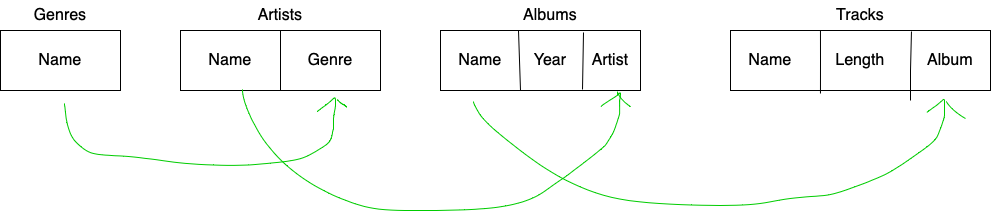
antonkorch/homework-files keeps this draw.io diagram as Diagram.drawio.png. Above is the earlier version. Source tidied: cells renumbered, new cells last; positions are measured from the earlier drawing's top-left corner, leaving out a move shared by most shapes.
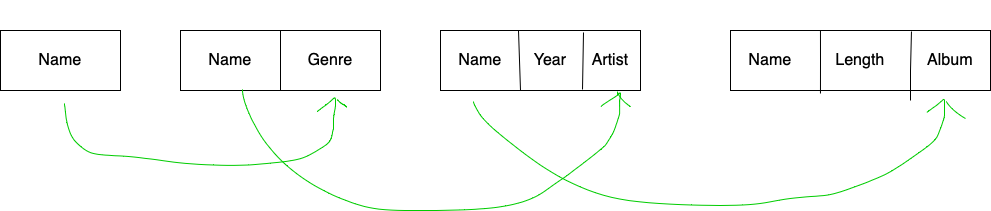
After the commit.

What changed in the source:
```diff
@@ -8,7 +8,7 @@
     <mxCell id="3" value="Name" style="text;html=1;strokeColor=none;fillColor=none;align=center;verticalAlign=middle;whiteSpace=wrap;rounded=0;fontSize=16;" parent="1" vertex="1">
       <mxGeometry x="10" y="40" width="100" height="40" as="geometry" />
     </mxCell>
-    <mxCell id="4" value="Genres" style="text;html=1;strokeColor=none;fillColor=none;align=center;verticalAlign=middle;whiteSpace=wrap;rounded=0;fontSize=16;" parent="1" vertex="1">
+    <mxCell id="4" value="Genres" style="text;html=1;align=center;verticalAlign=middle;whiteSpace=wrap;rounded=0;fontSize=16;fontColor=#FFFFFF;" parent="1" vertex="1">
       <mxGeometry x="30" width="60" height="30" as="geometry" />
     </mxCell>
     <mxCell id="5" style="rounded=0;whiteSpace=wrap;html=1;" parent="1" vertex="1">
@@ -23,7 +23,7 @@
     <mxCell id="8" value="Genre" style="text;html=1;strokeColor=none;fillColor=none;align=center;verticalAlign=middle;whiteSpace=wrap;rounded=0;fontSize=16;" parent="1" vertex="1">
       <mxGeometry x="290" y="40" width="80" height="40" as="geometry" />
     </mxCell>
-    <mxCell id="9" value="Artists" style="text;html=1;strokeColor=none;fillColor=none;align=center;verticalAlign=middle;whiteSpace=wrap;rounded=0;fontSize=16;" parent="1" vertex="1">
+    <mxCell id="9" value="Artists" style="text;html=1;strokeColor=none;fillColor=none;align=center;verticalAlign=middle;whiteSpace=wrap;rounded=0;fontSize=16;fontColor=#FFFFFF;" parent="1" vertex="1">
       <mxGeometry x="250" width="60" height="30" as="geometry" />
     </mxCell>
     <mxCell id="10" style="rounded=0;whiteSpace=wrap;html=1;" parent="1" vertex="1">
@@ -46,7 +46,7 @@
     <mxCell id="15" value="Artist" style="text;html=1;strokeColor=none;fillColor=none;align=center;verticalAlign=middle;whiteSpace=wrap;rounded=0;fontSize=16;" parent="1" vertex="1">
       <mxGeometry x="580" y="45" width="60" height="30" as="geometry" />
     </mxCell>
-    <mxCell id="16" value="Albums" style="text;html=1;strokeColor=none;fillColor=none;align=center;verticalAlign=middle;whiteSpace=wrap;rounded=0;fontSize=16;" parent="1" vertex="1">
+    <mxCell id="16" value="Albums" style="text;html=1;strokeColor=none;fillColor=none;align=center;verticalAlign=middle;whiteSpace=wrap;rounded=0;fontSize=16;fontColor=#FFFFFF;" parent="1" vertex="1">
       <mxGeometry x="520" width="60" height="30" as="geometry" />
     </mxCell>
     <mxCell id="17" style="rounded=0;whiteSpace=wrap;html=1;" parent="1" vertex="1">
@@ -76,7 +76,7 @@
     <mxCell id="22" value="Album" style="text;html=1;strokeColor=none;fillColor=none;align=center;verticalAlign=middle;whiteSpace=wrap;rounded=0;fontSize=16;" parent="1" vertex="1">
       <mxGeometry x="920" y="45" width="60" height="30" as="geometry" />
     </mxCell>
-    <mxCell id="23" value="Tracks" style="text;html=1;strokeColor=none;fillColor=none;align=center;verticalAlign=middle;whiteSpace=wrap;rounded=0;fontSize=16;" parent="1" vertex="1">
+    <mxCell id="23" value="Tracks" style="text;html=1;strokeColor=none;fillColor=none;align=center;verticalAlign=middle;whiteSpace=wrap;rounded=0;fontSize=16;fontColor=#FFFFFF;" parent="1" vertex="1">
       <mxGeometry x="830" width="60" height="30" as="geometry" />
     </mxCell>
     <mxCell id="24" style="shape=(stored shape, 2076 characters);fillColor=none;strokeColor=#00CC00;" parent="1" vertex="1">
```
